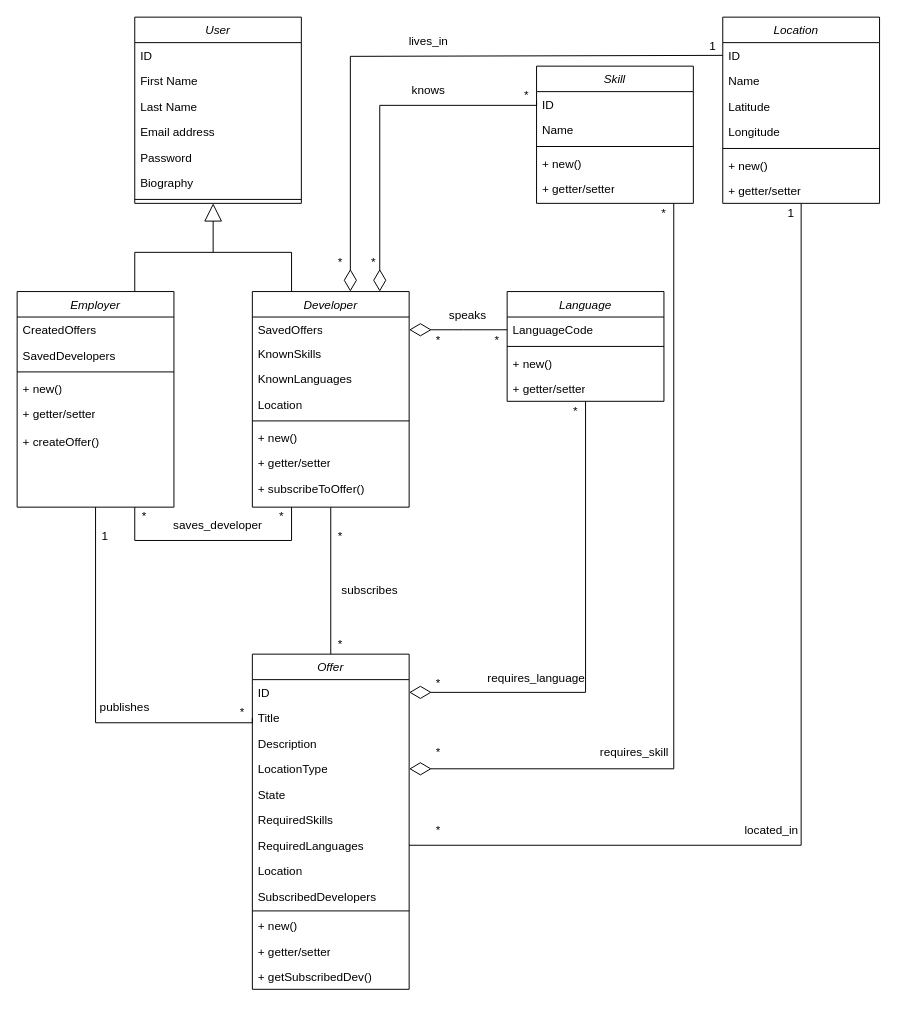
The draw.io diagram Documentazione/2. System_Design_Document/class_diagram/sdd_class_diagram.drawio in JacopoPassariello/TuringCareers, before the edit. Source tidied: cells renumbered, new cells numbered last; positions are measured from the earlier drawing's top-left corner, leaving out a move shared by most shapes. Both pictures are drawn from the tidied source at 98%, with x=0, y=0 at pixel (17, 17).
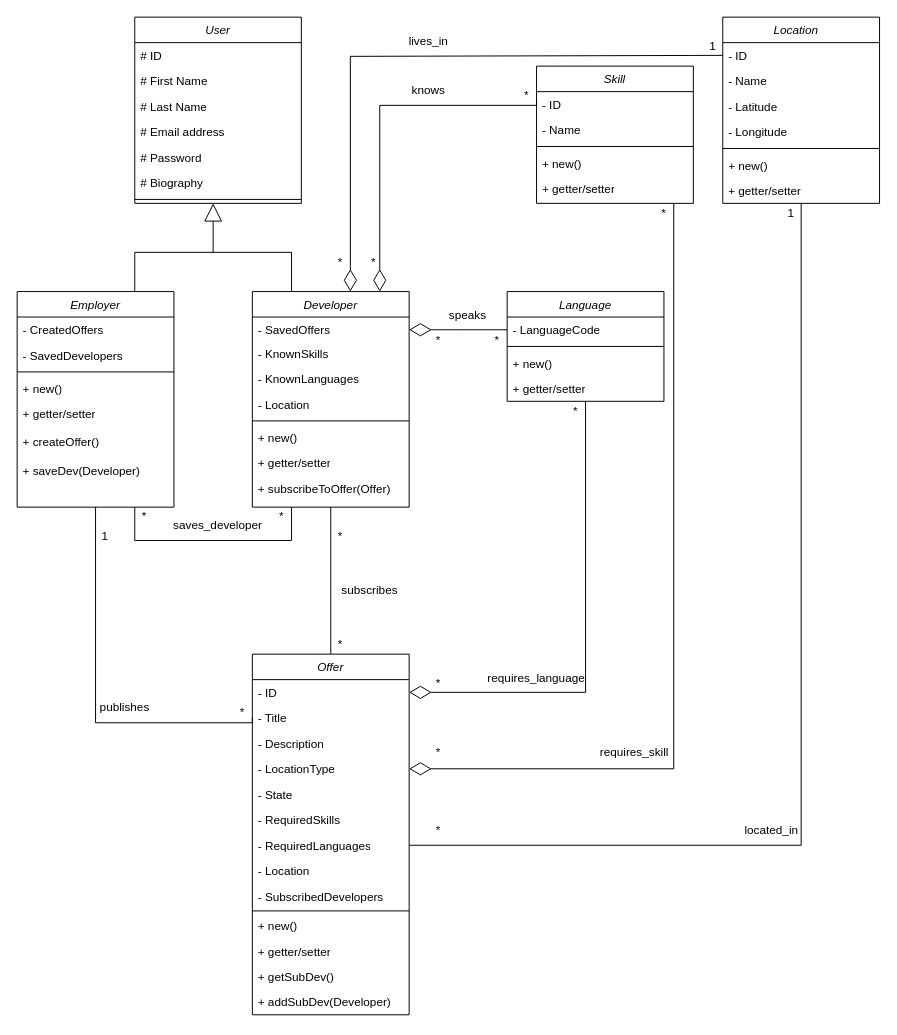
After the change.

Commit message (it also covers changes not shown here):
Modifica di class diagram e architecture diagram

Unchanged cells that the change refers to:
```xml
<mxCell id="3" value="Developer" style="swimlane;fontStyle=2;align=center;verticalAlign=top;horizontal=1;startSize=26;rounded=0;shadow=0;strokeWidth=1;" parent="1" vertex="1">
  <mxGeometry x="240" y="280" width="160" height="220" as="geometry" />
</mxCell>
<mxCell id="13" value="Location   " style="swimlane;fontStyle=2;align=center;verticalAlign=top;horizontal=1;startSize=26;rounded=0;shadow=0;strokeWidth=1;" parent="1" vertex="1">
  <mxGeometry x="720" width="160" height="190" as="geometry" />
</mxCell>
<mxCell id="23" value="Employer" style="swimlane;fontStyle=2;align=center;verticalAlign=top;horizontal=1;startSize=26;rounded=0;shadow=0;strokeWidth=1;" parent="1" vertex="1">
  <mxGeometry y="280" width="160" height="220" as="geometry" />
</mxCell>
<mxCell id="30" value="User" style="swimlane;fontStyle=2;align=center;verticalAlign=top;horizontal=1;startSize=26;rounded=0;shadow=0;strokeWidth=1;" parent="1" vertex="1">
  <mxGeometry x="120" width="170" height="190" as="geometry" />
</mxCell>
<mxCell id="56" value="Skill" style="swimlane;fontStyle=2;align=center;verticalAlign=top;horizontal=1;startSize=26;rounded=0;shadow=0;strokeWidth=1;" parent="1" vertex="1">
  <mxGeometry x="530" y="50" width="160" height="140" as="geometry" />
</mxCell>
<mxCell id="63" value="Language" style="swimlane;fontStyle=2;align=center;verticalAlign=top;horizontal=1;startSize=26;rounded=0;shadow=0;strokeWidth=1;" parent="1" vertex="1">
  <mxGeometry x="500" y="280" width="160" height="112" as="geometry" />
</mxCell>
```

Diff of the diagram source:
```diff
@@
-    <mxCell id="4" value="SavedOffers" style="text;strokeColor=none;fillColor=none;align=left;verticalAlign=top;spacingLeft=4;spacingRight=4;overflow=hidden;whiteSpace=wrap;html=1;" parent="3" vertex="1">
+    <mxCell id="4" value="- SavedOffers" style="text;strokeColor=none;fillColor=none;align=left;verticalAlign=top;spacingLeft=4;spacingRight=4;overflow=hidden;whiteSpace=wrap;html=1;" parent="3" vertex="1">
       <mxGeometry y="26" width="160" height="24" as="geometry" />
     </mxCell>
-    <mxCell id="5" value="KnownSkills" style="text;strokeColor=none;fillColor=none;align=left;verticalAlign=top;spacingLeft=4;spacingRight=4;overflow=hidden;whiteSpace=wrap;html=1;" parent="3" vertex="1">
+    <mxCell id="5" value="- KnownSkills" style="text;strokeColor=none;fillColor=none;align=left;verticalAlign=top;spacingLeft=4;spacingRight=4;overflow=hidden;whiteSpace=wrap;html=1;" parent="3" vertex="1">
       <mxGeometry y="50" width="160" height="26" as="geometry" />
     </mxCell>
-    <mxCell id="6" value="KnownLanguages" style="text;strokeColor=none;fillColor=none;align=left;verticalAlign=top;spacingLeft=4;spacingRight=4;overflow=hidden;whiteSpace=wrap;html=1;" parent="3" vertex="1">
+    <mxCell id="6" value="- KnownLanguages" style="text;strokeColor=none;fillColor=none;align=left;verticalAlign=top;spacingLeft=4;spacingRight=4;overflow=hidden;whiteSpace=wrap;html=1;" parent="3" vertex="1">
       <mxGeometry y="76" width="160" height="26" as="geometry" />
     </mxCell>
-    <mxCell id="7" value="Location" style="text;strokeColor=none;fillColor=none;align=left;verticalAlign=top;spacingLeft=4;spacingRight=4;overflow=hidden;whiteSpace=wrap;html=1;" parent="3" vertex="1">
+    <mxCell id="7" value="- Location" style="text;strokeColor=none;fillColor=none;align=left;verticalAlign=top;spacingLeft=4;spacingRight=4;overflow=hidden;whiteSpace=wrap;html=1;" parent="3" vertex="1">
       <mxGeometry y="102" width="160" height="26" as="geometry" />
     </mxCell>
@@
-    <mxCell id="11" value="+ subscribeToOffer()" style="text;strokeColor=none;fillColor=none;align=left;verticalAlign=top;spacingLeft=4;spacingRight=4;overflow=hidden;whiteSpace=wrap;html=1;" parent="3" vertex="1">
+    <mxCell id="11" value="+ subscribeToOffer(Offer)" style="text;strokeColor=none;fillColor=none;align=left;verticalAlign=top;spacingLeft=4;spacingRight=4;overflow=hidden;whiteSpace=wrap;html=1;" parent="3" vertex="1">
       <mxGeometry y="188" width="160" height="26" as="geometry" />
     </mxCell>
@@
-    <mxCell id="14" value="ID" style="text;align=left;verticalAlign=top;spacingLeft=4;spacingRight=4;overflow=hidden;points=[[0,0.5],[1,0.5]];portConstraint=eastwest;" parent="13" vertex="1">
+    <mxCell id="14" value="- ID" style="text;align=left;verticalAlign=top;spacingLeft=4;spacingRight=4;overflow=hidden;points=[[0,0.5],[1,0.5]];portConstraint=eastwest;" parent="13" vertex="1">
       <mxGeometry y="26" width="160" height="26" as="geometry" />
     </mxCell>
-    <mxCell id="15" value="Name" style="text;align=left;verticalAlign=top;spacingLeft=4;spacingRight=4;overflow=hidden;rounded=0;shadow=0;html=0;" parent="13" vertex="1">
+    <mxCell id="15" value="- Name" style="text;align=left;verticalAlign=top;spacingLeft=4;spacingRight=4;overflow=hidden;rounded=0;shadow=0;html=0;" parent="13" vertex="1">
       <mxGeometry y="52" width="160" height="26" as="geometry" />
     </mxCell>
-    <mxCell id="16" value="Latitude" style="text;align=left;verticalAlign=top;spacingLeft=4;spacingRight=4;overflow=hidden;rounded=0;shadow=0;html=0;" parent="13" vertex="1">
+    <mxCell id="16" value="- Latitude" style="text;align=left;verticalAlign=top;spacingLeft=4;spacingRight=4;overflow=hidden;rounded=0;shadow=0;html=0;" parent="13" vertex="1">
       <mxGeometry y="78" width="160" height="26" as="geometry" />
     </mxCell>
-    <mxCell id="17" value="Longitude" style="text;align=left;verticalAlign=top;spacingLeft=4;spacingRight=4;overflow=hidden;rounded=0;shadow=0;html=0;" parent="13" vertex="1">
+    <mxCell id="17" value="- Longitude" style="text;align=left;verticalAlign=top;spacingLeft=4;spacingRight=4;overflow=hidden;rounded=0;shadow=0;html=0;" parent="13" vertex="1">
       <mxGeometry y="104" width="160" height="26" as="geometry" />
     </mxCell>
@@
-    <mxCell id="24" value="CreatedOffers" style="text;strokeColor=none;fillColor=none;align=left;verticalAlign=top;spacingLeft=4;spacingRight=4;overflow=hidden;whiteSpace=wrap;html=1;" parent="23" vertex="1">
+    <mxCell id="24" value="- CreatedOffers" style="text;strokeColor=none;fillColor=none;align=left;verticalAlign=top;spacingLeft=4;spacingRight=4;overflow=hidden;whiteSpace=wrap;html=1;" parent="23" vertex="1">
       <mxGeometry y="26" width="160" height="26" as="geometry" />
     </mxCell>
-    <mxCell id="25" value="SavedDevelopers" style="text;strokeColor=none;fillColor=none;align=left;verticalAlign=top;spacingLeft=4;spacingRight=4;overflow=hidden;whiteSpace=wrap;html=1;" parent="23" vertex="1">
+    <mxCell id="25" value="- SavedDevelopers" style="text;strokeColor=none;fillColor=none;align=left;verticalAlign=top;spacingLeft=4;spacingRight=4;overflow=hidden;whiteSpace=wrap;html=1;" parent="23" vertex="1">
       <mxGeometry y="52" width="160" height="26" as="geometry" />
     </mxCell>
@@
+    <mxCell id="97" value="&lt;font style=&quot;font-size: 12px;&quot;&gt;+ saveDev(Developer)&lt;/font&gt;" style="text;strokeColor=none;fillColor=none;align=left;verticalAlign=top;spacingLeft=4;spacingRight=4;overflow=hidden;whiteSpace=wrap;html=1;" parent="23" vertex="1">
+      <mxGeometry y="170" width="160" height="26" as="geometry" />
+    </mxCell>
@@
-    <mxCell id="31" value="ID   " style="text;align=left;verticalAlign=top;spacingLeft=4;spacingRight=4;overflow=hidden;" parent="30" vertex="1">
+    <mxCell id="31" value="# ID   " style="text;align=left;verticalAlign=top;spacingLeft=4;spacingRight=4;overflow=hidden;" parent="30" vertex="1">
       <mxGeometry y="26" width="170" height="26" as="geometry" />
     </mxCell>
-    <mxCell id="32" value="First Name" style="text;align=left;verticalAlign=top;spacingLeft=4;spacingRight=4;overflow=hidden;rounded=0;shadow=0;html=0;" parent="30" vertex="1">
+    <mxCell id="32" value="# First Name" style="text;align=left;verticalAlign=top;spacingLeft=4;spacingRight=4;overflow=hidden;rounded=0;shadow=0;html=0;" parent="30" vertex="1">
       <mxGeometry y="52" width="170" height="26" as="geometry" />
     </mxCell>
-    <mxCell id="33" value="Last Name" style="text;align=left;verticalAlign=top;spacingLeft=4;spacingRight=4;overflow=hidden;rounded=0;shadow=0;html=0;" parent="30" vertex="1">
+    <mxCell id="33" value="# Last Name" style="text;align=left;verticalAlign=top;spacingLeft=4;spacingRight=4;overflow=hidden;rounded=0;shadow=0;html=0;" parent="30" vertex="1">
       <mxGeometry y="78" width="170" height="26" as="geometry" />
     </mxCell>
-    <mxCell id="34" value="Email address" style="text;strokeColor=none;fillColor=none;align=left;verticalAlign=top;spacingLeft=4;spacingRight=4;overflow=hidden;whiteSpace=wrap;html=1;" parent="30" vertex="1">
+    <mxCell id="34" value="# Email address" style="text;strokeColor=none;fillColor=none;align=left;verticalAlign=top;spacingLeft=4;spacingRight=4;overflow=hidden;whiteSpace=wrap;html=1;" parent="30" vertex="1">
       <mxGeometry y="104" width="170" height="26" as="geometry" />
     </mxCell>
-    <mxCell id="35" value="Password" style="text;strokeColor=none;fillColor=none;align=left;verticalAlign=top;spacingLeft=4;spacingRight=4;overflow=hidden;whiteSpace=wrap;html=1;" parent="30" vertex="1">
+    <mxCell id="35" value="# Password" style="text;strokeColor=none;fillColor=none;align=left;verticalAlign=top;spacingLeft=4;spacingRight=4;overflow=hidden;whiteSpace=wrap;html=1;" parent="30" vertex="1">
       <mxGeometry y="130" width="170" height="26" as="geometry" />
     </mxCell>
-    <mxCell id="36" value="Biography" style="text;strokeColor=none;fillColor=none;align=left;verticalAlign=top;spacingLeft=4;spacingRight=4;overflow=hidden;whiteSpace=wrap;html=1;" parent="30" vertex="1">
+    <mxCell id="36" value="# Biography" style="text;strokeColor=none;fillColor=none;align=left;verticalAlign=top;spacingLeft=4;spacingRight=4;overflow=hidden;whiteSpace=wrap;html=1;" parent="30" vertex="1">
       <mxGeometry y="156" width="170" height="26" as="geometry" />
     </mxCell>
@@
     <mxCell id="40" value="Offer" style="swimlane;fontStyle=2;align=center;verticalAlign=top;horizontal=1;startSize=26;rounded=0;shadow=0;strokeWidth=1;" parent="1" vertex="1">
-      <mxGeometry x="240" y="650" width="160" height="342" as="geometry" />
+      <mxGeometry x="240" y="650" width="160" height="368" as="geometry" />
     </mxCell>
-    <mxCell id="41" value="ID   " style="text;align=left;verticalAlign=top;spacingLeft=4;spacingRight=4;overflow=hidden;points=[[0,0.5],[1,0.5]];portConstraint=eastwest;" parent="40" vertex="1">
+    <mxCell id="41" value="- ID   " style="text;align=left;verticalAlign=top;spacingLeft=4;spacingRight=4;overflow=hidden;points=[[0,0.5],[1,0.5]];portConstraint=eastwest;" parent="40" vertex="1">
       <mxGeometry y="26" width="160" height="26" as="geometry" />
     </mxCell>
-    <mxCell id="42" value="Title" style="text;align=left;verticalAlign=top;spacingLeft=4;spacingRight=4;overflow=hidden;points=[[0,0.5],[1,0.5]];portConstraint=eastwest;rounded=0;shadow=0;html=0;" parent="40" vertex="1">
+    <mxCell id="42" value="- Title" style="text;align=left;verticalAlign=top;spacingLeft=4;spacingRight=4;overflow=hidden;points=[[0,0.5],[1,0.5]];portConstraint=eastwest;rounded=0;shadow=0;html=0;" parent="40" vertex="1">
       <mxGeometry y="52" width="160" height="26" as="geometry" />
     </mxCell>
-    <mxCell id="43" value="Description" style="text;align=left;verticalAlign=top;spacingLeft=4;spacingRight=4;overflow=hidden;rounded=0;shadow=0;html=0;" parent="40" vertex="1">
+    <mxCell id="43" value="- Description" style="text;align=left;verticalAlign=top;spacingLeft=4;spacingRight=4;overflow=hidden;rounded=0;shadow=0;html=0;" parent="40" vertex="1">
       <mxGeometry y="78" width="160" height="26" as="geometry" />
     </mxCell>
-    <mxCell id="44" value="LocationType" style="text;strokeColor=none;fillColor=none;align=left;verticalAlign=top;spacingLeft=4;spacingRight=4;overflow=hidden;points=[[0,0.5],[1,0.5]];portConstraint=eastwest;whiteSpace=wrap;html=1;" parent="40" vertex="1">
+    <mxCell id="44" value="- LocationType" style="text;strokeColor=none;fillColor=none;align=left;verticalAlign=top;spacingLeft=4;spacingRight=4;overflow=hidden;points=[[0,0.5],[1,0.5]];portConstraint=eastwest;whiteSpace=wrap;html=1;" parent="40" vertex="1">
       <mxGeometry y="104" width="160" height="26" as="geometry" />
     </mxCell>
-    <mxCell id="45" value="State" style="text;strokeColor=none;fillColor=none;align=left;verticalAlign=top;spacingLeft=4;spacingRight=4;overflow=hidden;whiteSpace=wrap;html=1;" parent="40" vertex="1">
+    <mxCell id="45" value="- State" style="text;strokeColor=none;fillColor=none;align=left;verticalAlign=top;spacingLeft=4;spacingRight=4;overflow=hidden;whiteSpace=wrap;html=1;" parent="40" vertex="1">
       <mxGeometry y="130" width="160" height="26" as="geometry" />
     </mxCell>
-    <mxCell id="46" value="RequiredSkills" style="text;strokeColor=none;fillColor=none;align=left;verticalAlign=top;spacingLeft=4;spacingRight=4;overflow=hidden;whiteSpace=wrap;html=1;" parent="40" vertex="1">
+    <mxCell id="46" value="- RequiredSkills" style="text;strokeColor=none;fillColor=none;align=left;verticalAlign=top;spacingLeft=4;spacingRight=4;overflow=hidden;whiteSpace=wrap;html=1;" parent="40" vertex="1">
       <mxGeometry y="156" width="160" height="26" as="geometry" />
     </mxCell>
-    <mxCell id="47" value="RequiredLanguages" style="text;strokeColor=none;fillColor=none;align=left;verticalAlign=top;spacingLeft=4;spacingRight=4;overflow=hidden;points=[[0,0.5],[1,0.5]];portConstraint=eastwest;whiteSpace=wrap;html=1;" parent="40" vertex="1">
+    <mxCell id="47" value="- RequiredLanguages" style="text;strokeColor=none;fillColor=none;align=left;verticalAlign=top;spacingLeft=4;spacingRight=4;overflow=hidden;points=[[0,0.5],[1,0.5]];portConstraint=eastwest;whiteSpace=wrap;html=1;" parent="40" vertex="1">
       <mxGeometry y="182" width="160" height="26" as="geometry" />
     </mxCell>
-    <mxCell id="48" value="Location" style="text;strokeColor=none;fillColor=none;align=left;verticalAlign=top;spacingLeft=4;spacingRight=4;overflow=hidden;whiteSpace=wrap;html=1;" parent="40" vertex="1">
+    <mxCell id="48" value="- Location" style="text;strokeColor=none;fillColor=none;align=left;verticalAlign=top;spacingLeft=4;spacingRight=4;overflow=hidden;whiteSpace=wrap;html=1;" parent="40" vertex="1">
       <mxGeometry y="208" width="160" height="26" as="geometry" />
     </mxCell>
-    <mxCell id="49" value="SubscribedDevelopers" style="text;strokeColor=none;fillColor=none;align=left;verticalAlign=top;spacingLeft=4;spacingRight=4;overflow=hidden;whiteSpace=wrap;html=1;" parent="40" vertex="1">
+    <mxCell id="49" value="- SubscribedDevelopers" style="text;strokeColor=none;fillColor=none;align=left;verticalAlign=top;spacingLeft=4;spacingRight=4;overflow=hidden;whiteSpace=wrap;html=1;" parent="40" vertex="1">
       <mxGeometry y="234" width="160" height="26" as="geometry" />
     </mxCell>
@@
-    <mxCell id="53" value="+ getSubscribedDev()" style="text;strokeColor=none;fillColor=none;align=left;verticalAlign=top;spacingLeft=4;spacingRight=4;overflow=hidden;whiteSpace=wrap;html=1;" parent="40" vertex="1">
+    <mxCell id="53" value="+ getSubDev()" style="text;strokeColor=none;fillColor=none;align=left;verticalAlign=top;spacingLeft=4;spacingRight=4;overflow=hidden;whiteSpace=wrap;html=1;" parent="40" vertex="1">
       <mxGeometry y="316" width="160" height="26" as="geometry" />
     </mxCell>
+    <mxCell id="98" value="+ addSubDev(Developer)" style="text;strokeColor=none;fillColor=none;align=left;verticalAlign=top;spacingLeft=4;spacingRight=4;overflow=hidden;whiteSpace=wrap;html=1;" parent="40" vertex="1">
+      <mxGeometry y="342" width="160" height="26" as="geometry" />
+    </mxCell>
@@
-    <mxCell id="57" value="ID   " style="text;align=left;verticalAlign=top;spacingLeft=4;spacingRight=4;overflow=hidden;" parent="56" vertex="1">
+    <mxCell id="57" value="- ID   " style="text;align=left;verticalAlign=top;spacingLeft=4;spacingRight=4;overflow=hidden;" parent="56" vertex="1">
       <mxGeometry y="26" width="160" height="26" as="geometry" />
     </mxCell>
-    <mxCell id="58" value="Name" style="text;align=left;verticalAlign=top;spacingLeft=4;spacingRight=4;overflow=hidden;rounded=0;shadow=0;html=0;" parent="56" vertex="1">
+    <mxCell id="58" value="- Name" style="text;align=left;verticalAlign=top;spacingLeft=4;spacingRight=4;overflow=hidden;rounded=0;shadow=0;html=0;" parent="56" vertex="1">
       <mxGeometry y="52" width="160" height="26" as="geometry" />
     </mxCell>
@@
-    <mxCell id="65" value="LanguageCode" style="text;strokeColor=none;fillColor=none;align=left;verticalAlign=top;spacingLeft=4;spacingRight=4;overflow=hidden;points=[[0,0.5],[1,0.5]];portConstraint=eastwest;whiteSpace=wrap;html=1;" parent="63" vertex="1">
+    <mxCell id="65" value="- LanguageCode" style="text;strokeColor=none;fillColor=none;align=left;verticalAlign=top;spacingLeft=4;spacingRight=4;overflow=hidden;points=[[0,0.5],[1,0.5]];portConstraint=eastwest;whiteSpace=wrap;html=1;" parent="63" vertex="1">
       <mxGeometry y="26" width="160" height="26" as="geometry" />
     </mxCell>
```
